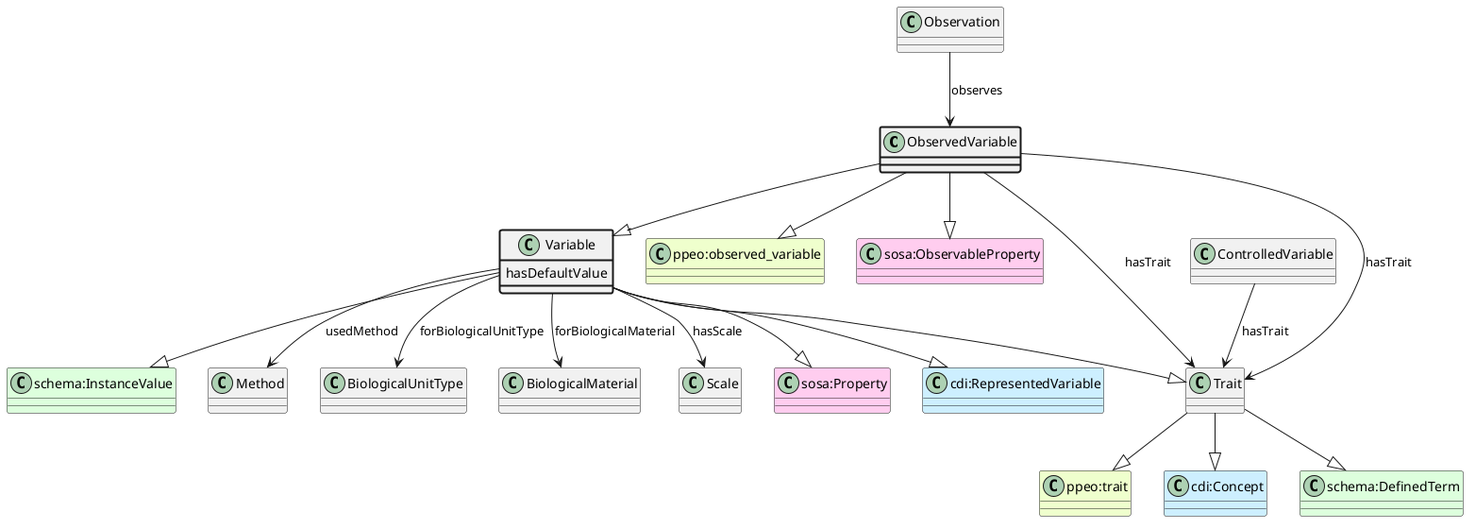
Before: ttl_uml/ttl_appn_ObservedVariable.png, a diagram exported from PlantUML (aus-plant-phenomics-network/appn-schema).
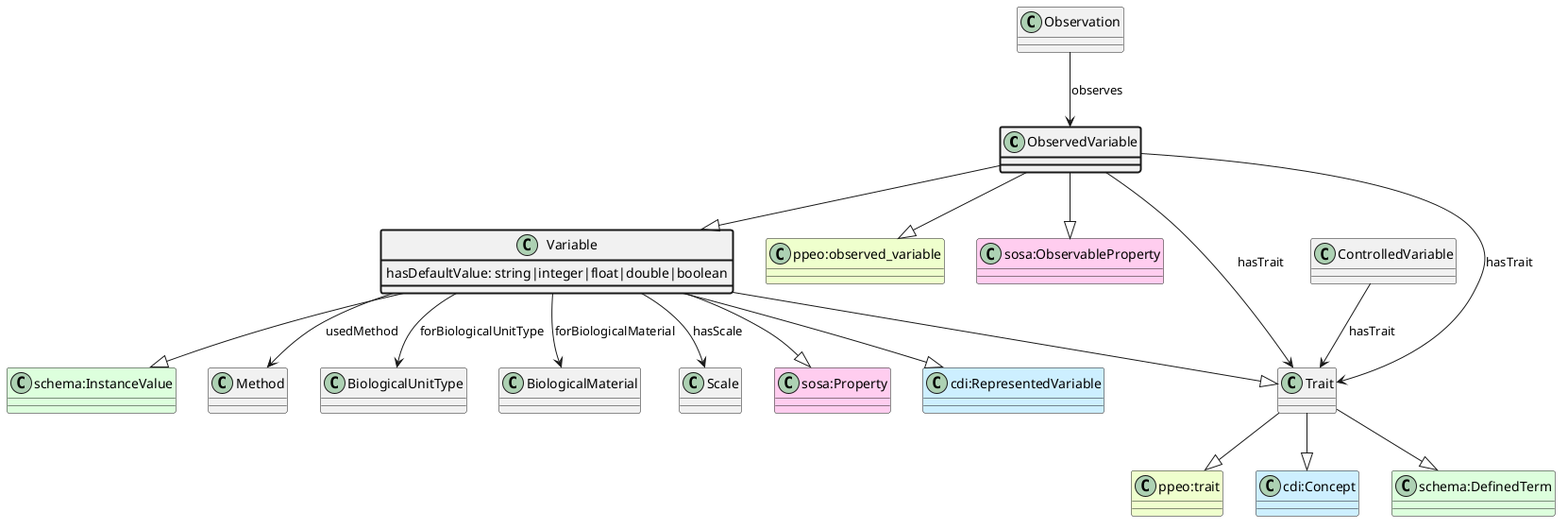
Above is the later version.

Diff of the diagram source:
```diff
@@ -25,7 +25,7 @@
 class Trait
 ObservedVariable --> Trait : hasTrait
 class Variable #line.bold {
-    hasDefaultValue
+    hasDefaultValue: string|integer|float|double|boolean
 }
 class Method
 Variable --> Method : usedMethod
```
